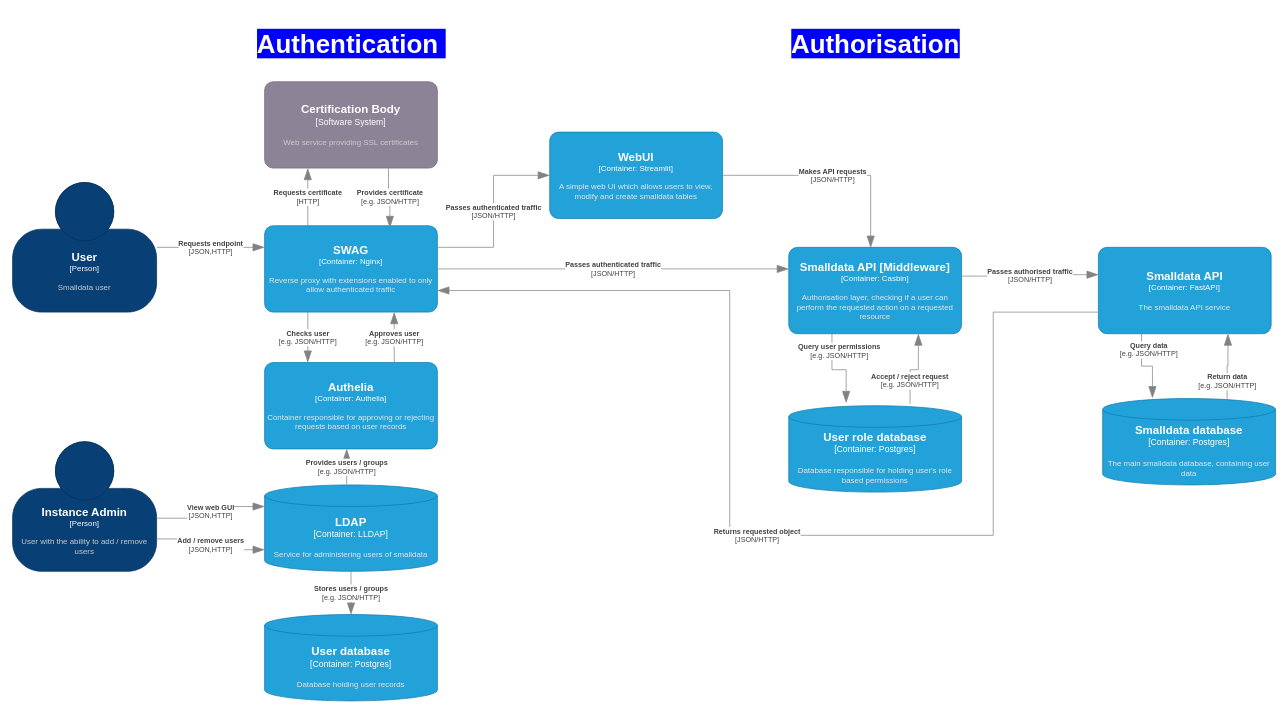
This is page "Authentication" (6 of 6) of Smalldata_io.drawio from OliverWoolland/Diagrams, a draw.io file, before an edit. Source tidied: cells renumbered, new cells numbered last; positions are measured from the earlier drawing's top-left corner, leaving out a move shared by most shapes. Both pictures are drawn from the tidied source at 72%, with x=0, y=0 at pixel (12, 18).
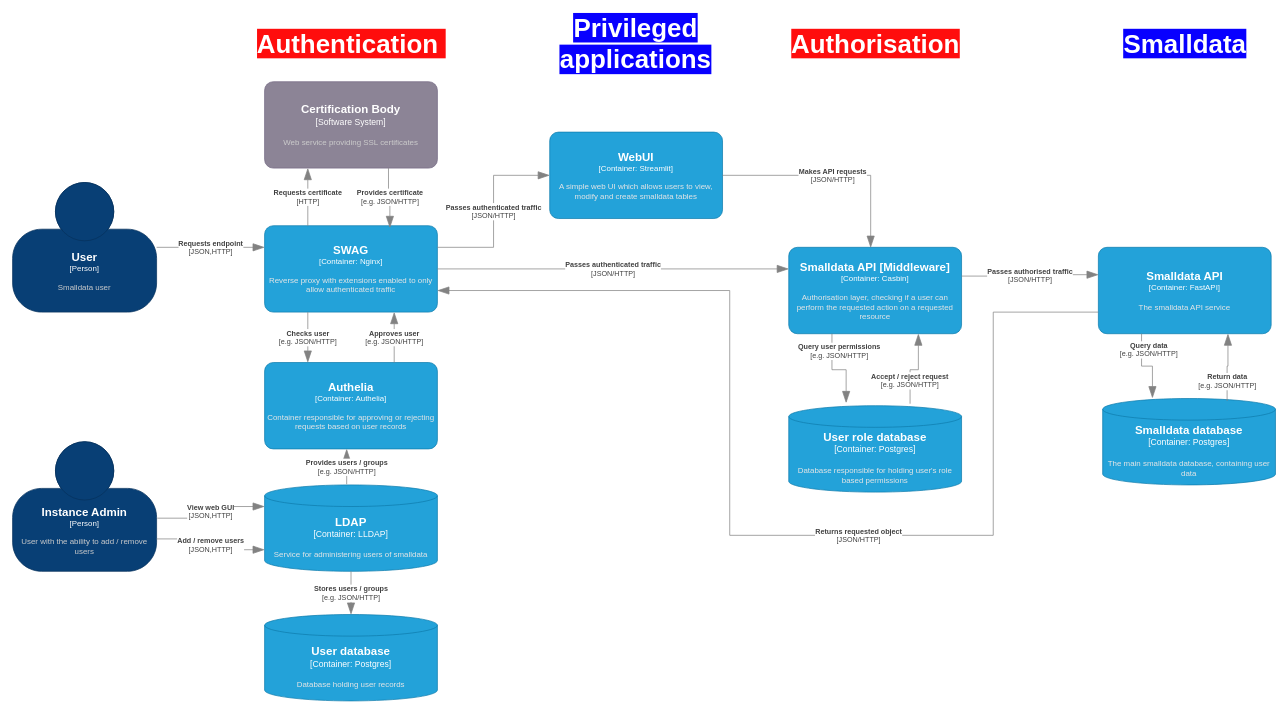
After the change.

The change refers to these unchanged cells:
```xml
<object id="4" label="&lt;font style=&quot;font-size: 16px&quot;&gt;&lt;b&gt;%c4Name%&lt;/b&gt;&lt;/font&gt;&lt;div&gt;[%c4Type%: %c4Technology%]&lt;/div&gt;&lt;br&gt;&lt;div&gt;&lt;font style=&quot;font-size: 11px&quot;&gt;&lt;font color=&quot;#E6E6E6&quot;&gt;%c4Description%&lt;/font&gt;&lt;/div&gt;" c4Description="Reverse proxy with extensions enabled to only allow authenticated traffic" c4Name="SWAG" c4Technology="Nginx" c4Type="Container" placeholders="1">
  <mxCell style="rounded=1;whiteSpace=wrap;html=1;fontSize=11;labelBackgroundColor=none;fillColor=#23A2D9;fontColor=#ffffff;align=center;arcSize=10;strokeColor=#0E7DAD;points=[[0.25,0,0],[0.5,0,0],[0.75,0,0],[1,0.25,0],[1,0.5,0],[1,0.75,0],[0.75,1,0],[0.5,1,0],[0.25,1,0],[0,0.75,0],[0,0.5,0],[0,0.25,0]];" parent="1" vertex="1">
    <mxGeometry x="350" y="288" width="240" height="120" as="geometry" />
  </mxCell>
</object>
<object id="18" label="&lt;font style=&quot;font-size: 16px&quot;&gt;&lt;b&gt;%c4Name%&lt;/b&gt;&lt;/font&gt;&lt;div&gt;[%c4Type%: %c4Technology%]&lt;/div&gt;&lt;br&gt;&lt;div&gt;&lt;font style=&quot;font-size: 11px&quot;&gt;&lt;font color=&quot;#E6E6E6&quot;&gt;%c4Description%&lt;/font&gt;&lt;/div&gt;" c4Description="The smalldata API service" c4Name="Smalldata API " c4Technology="FastAPI" c4Type="Container" placeholders="1">
  <mxCell style="rounded=1;whiteSpace=wrap;html=1;fontSize=11;labelBackgroundColor=none;fillColor=#23A2D9;fontColor=#ffffff;align=center;arcSize=10;strokeColor=#0E7DAD;points=[[0.25,0,0],[0.5,0,0],[0.75,0,0],[1,0.25,0],[1,0.5,0],[1,0.75,0],[0.75,1,0],[0.5,1,0],[0.25,1,0],[0,0.75,0],[0,0.5,0],[0,0.25,0]];" parent="1" vertex="1">
    <mxGeometry x="1508" y="318" width="240" height="120" as="geometry" />
  </mxCell>
</object>
```

The edit, as a diff of the source:
```diff
@@
     <object id="20" label="&lt;div style=&quot;text-align: left&quot;&gt;&lt;div style=&quot;text-align: center&quot;&gt;&lt;b&gt;%c4Description%&lt;/b&gt;&lt;/div&gt;&lt;div style=&quot;text-align: center&quot;&gt;[%c4Technology%]&lt;/div&gt;&lt;/div&gt;" c4Description="Returns requested object" c4Technology="JSON/HTTP" placeholders="1">
       <mxCell style="endArrow=blockThin;html=1;fontSize=10;fontColor=#404040;strokeWidth=1;endFill=1;strokeColor=#828282;elbow=vertical;endSize=14;startSize=14;jumpStyle=arc;jumpSize=16;rounded=0;edgeStyle=orthogonalEdgeStyle;exitX=0;exitY=0.75;exitDx=0;exitDy=0;exitPerimeter=0;entryX=1;entryY=0.75;entryDx=0;entryDy=0;entryPerimeter=0;" parent="1" edge="1" source="18" target="4">
-        <mxGeometry relative="1" as="geometry">
+        <mxGeometry x="-0.18" relative="1" as="geometry">
           <Array as="points">
             <mxPoint x="1362" y="408" />
             <mxPoint x="1362" y="718" />
             <mxPoint x="996" y="718" />
             <mxPoint x="996" y="378" />
           </Array>
         </mxGeometry>
       </mxCell>
     </object>
@@
-    <mxCell id="32" value="&lt;font color=&quot;#ffffff&quot; style=&quot;font-size: 36px;&quot;&gt;&lt;b style=&quot;background-color: rgb(0, 0, 255);&quot;&gt;Authentication&amp;nbsp;&lt;/b&gt;&lt;/font&gt;" style="text;html=1;strokeColor=none;fillColor=none;align=center;verticalAlign=middle;whiteSpace=wrap;rounded=0;" parent="1" vertex="1">
+    <mxCell id="32" value="&lt;font color=&quot;#ffffff&quot; style=&quot;font-size: 36px;&quot;&gt;&lt;b style=&quot;background-color: rgb(255, 13, 13);&quot;&gt;Authentication&amp;nbsp;&lt;/b&gt;&lt;/font&gt;" style="text;html=1;strokeColor=none;fillColor=none;align=center;verticalAlign=middle;whiteSpace=wrap;rounded=0;" parent="1" vertex="1">
       <mxGeometry x="380.5" width="179" height="69" as="geometry" />
     </mxCell>
-    <mxCell id="33" value="&lt;font color=&quot;#ffffff&quot; style=&quot;font-size: 36px;&quot;&gt;&lt;b style=&quot;background-color: rgb(0, 0, 255);&quot;&gt;Authorisation&lt;/b&gt;&lt;/font&gt;" style="text;html=1;strokeColor=none;fillColor=none;align=center;verticalAlign=middle;whiteSpace=wrap;rounded=0;" parent="1" vertex="1">
+    <mxCell id="33" value="&lt;font color=&quot;#ffffff&quot; style=&quot;font-size: 36px;&quot;&gt;&lt;b style=&quot;background-color: rgb(255, 13, 13);&quot;&gt;Authorisation&lt;/b&gt;&lt;/font&gt;" style="text;html=1;strokeColor=none;fillColor=none;align=center;verticalAlign=middle;whiteSpace=wrap;rounded=0;" parent="1" vertex="1">
       <mxGeometry x="1108.5" width="179" height="69" as="geometry" />
     </mxCell>
+    <mxCell id="34" value="&lt;font color=&quot;#ffffff&quot; style=&quot;font-size: 36px;&quot;&gt;&lt;b style=&quot;background-color: rgb(8, 0, 255);&quot;&gt;Privileged applications&lt;/b&gt;&lt;/font&gt;" style="text;html=1;strokeColor=none;fillColor=none;align=center;verticalAlign=middle;whiteSpace=wrap;rounded=0;" parent="1" vertex="1">
+      <mxGeometry x="776" width="179" height="69" as="geometry" />
+    </mxCell>
+    <mxCell id="35" value="&lt;font color=&quot;#ffffff&quot;&gt;&lt;span style=&quot;font-size: 36px; background-color: rgb(8, 0, 255);&quot;&gt;&lt;b&gt;Smalldata&lt;/b&gt;&lt;/span&gt;&lt;/font&gt;" style="text;html=1;strokeColor=none;fillColor=none;align=center;verticalAlign=middle;whiteSpace=wrap;rounded=0;" parent="1" vertex="1">
+      <mxGeometry x="1538.5" width="179" height="69" as="geometry" />
+    </mxCell>
```
